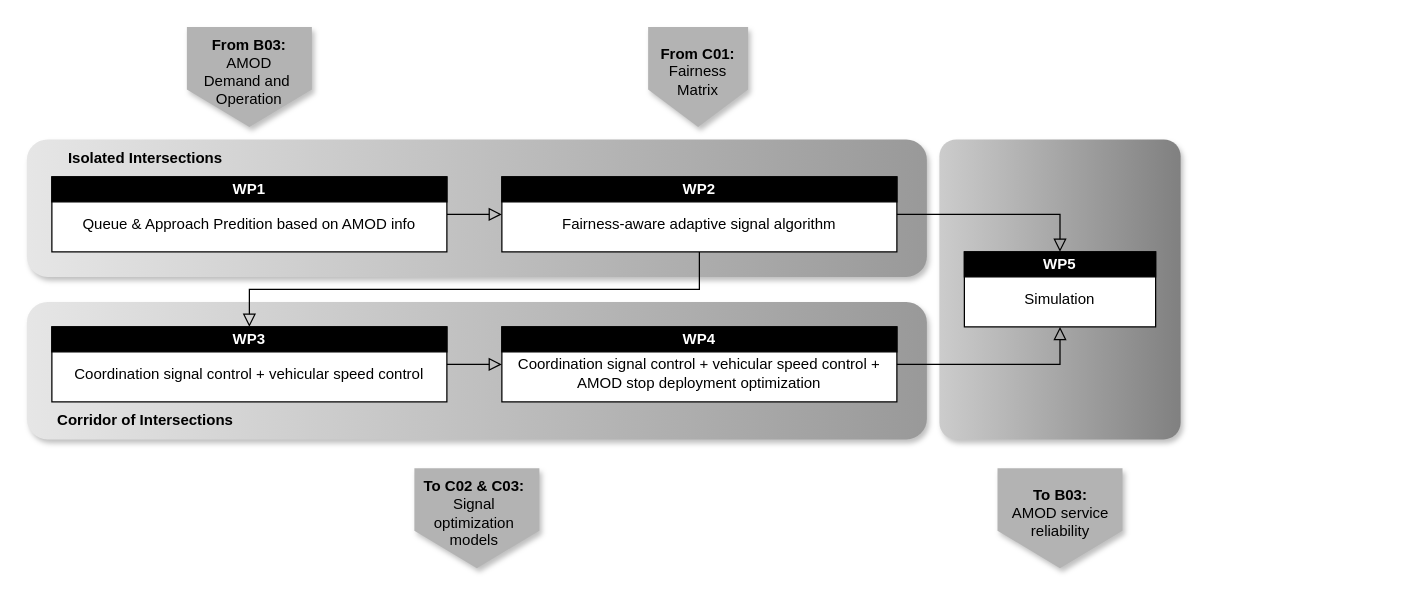
Earlier version of the draw.io diagram WP_structure.drawio (menglinyang19/AgiMo). Source tidied: cells renumbered, new cells numbered last; positions are measured from the earlier drawing's top-left corner, leaving out a move shared by most shapes. Both pictures are drawn from the tidied source at 125%, with x=0, y=0 at pixel (26, 26).
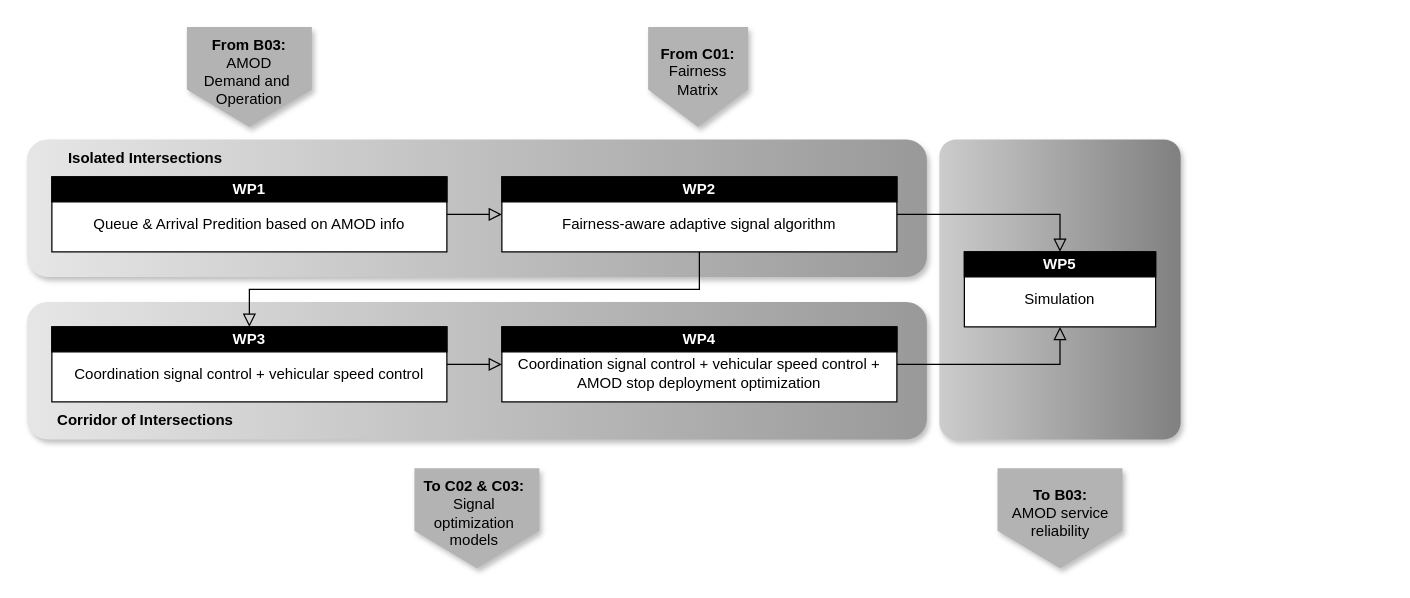
Above is the later version.

Unchanged cells that the change refers to:
```xml
<mxCell id="17" style="group;shadow=1;rounded=0;" parent="1" vertex="1">
  <mxGeometry x="20" y="120" width="316" height="60" as="geometry" />
</mxCell>
```

Change to the diagram source:
```diff
@@
-    <mxCell id="18" value="&lt;div&gt;&lt;br&gt;&lt;/div&gt;&lt;div&gt;Queue &amp;amp; Approach Predition based on AMOD info&lt;/div&gt;" style="rounded=0;whiteSpace=wrap;html=1;" parent="17" vertex="1">
+    <mxCell id="18" value="&lt;div&gt;&lt;br&gt;&lt;/div&gt;&lt;div&gt;Queue &amp;amp; Arrival Predition based on AMOD info&lt;/div&gt;" style="rounded=0;whiteSpace=wrap;html=1;" parent="17" vertex="1">
       <mxGeometry width="316" height="60" as="geometry" />
     </mxCell>
```
